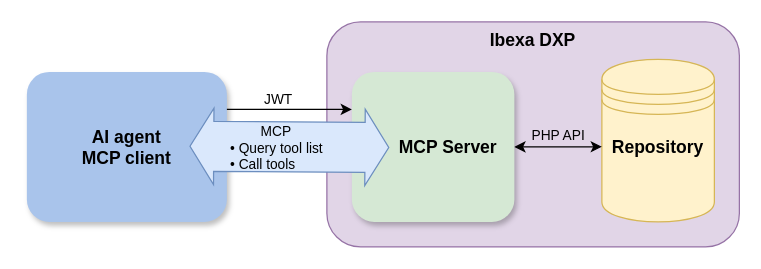
This is docs/ai/mcp/img/diagram_source/mcp-com-diagram.drawio from ibexa/documentation-developer, a draw.io file, before an edit. Source tidied: cells renumbered, new cells numbered last; positions are measured from the earlier drawing's top-left corner, leaving out a move shared by most shapes. Both pictures are drawn from the tidied source at 125%, with x=0, y=0 at pixel (26, 21).
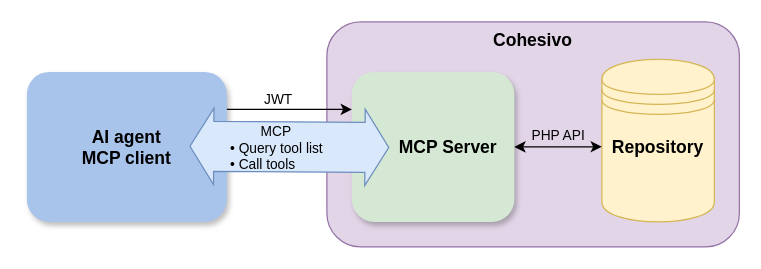
The same page after the edit.

Commit message (it also covers changes not shown here):
Update diagrams with Cohesivo

Diff of the diagram source:
```diff
@@
 <mxGraphModel>
   <root>
     <mxCell id="0" />
     <mxCell id="1" parent="0" />
-    <mxCell id="2" value="&lt;font style=&quot;font-size: 14px;&quot;&gt;&lt;b&gt;Ibexa DXP&lt;/b&gt;&lt;/font&gt;" style="rounded=1;whiteSpace=wrap;html=1;verticalAlign=top;fillColor=#e1d5e7;strokeColor=#9673a6;" parent="1" vertex="1">
+    <mxCell id="2" value="&lt;font style=&quot;font-size: 14px;&quot;&gt;&lt;b&gt;Cohesivo&lt;/b&gt;&lt;/font&gt;" style="rounded=1;whiteSpace=wrap;html=1;verticalAlign=top;fillColor=#e1d5e7;strokeColor=#9673a6;" parent="1" vertex="1">
       <mxGeometry x="240" width="330" height="180" as="geometry" />
     </mxCell>
     <mxCell id="3" value="MCP Server&amp;nbsp; &amp;nbsp;" style="rounded=1;whiteSpace=wrap;html=1;fontStyle=1;fontSize=14;fillColor=#d5e8d4;strokeColor=none;shadow=1;glass=0;verticalAlign=middle;align=right;" parent="1" vertex="1">
       <mxGeometry x="260" y="40" width="130" height="120" as="geometry" />
     </mxCell>
     <mxCell id="4" value="AI agent&lt;br&gt;MCP client" style="rounded=1;whiteSpace=wrap;html=1;fontStyle=1;fontSize=14;fillColor=#A9C4EB;strokeColor=none;shadow=1;glass=0;verticalAlign=middle;" parent="1" vertex="1">
       <mxGeometry y="40" width="160" height="120" as="geometry" />
     </mxCell>
     <mxCell id="5" style="shape=flexArrow;endArrow=classic;startArrow=classic;html=1;rounded=0;fillColor=#dae8fc;strokeColor=#6c8ebf;width=40;startSize=6;endSize=6;" parent="1" edge="1">
       <mxGeometry relative="1" as="geometry">
         <mxPoint x="130" y="99.5" as="sourcePoint" />
         <mxPoint x="290" y="100.5" as="targetPoint" />
       </mxGeometry>
     </mxCell>
     <mxCell id="6" value="&amp;nbsp; &amp;nbsp; &amp;nbsp; &amp;nbsp; MCP&lt;br&gt;• Query tool list&lt;br&gt;• Call tools" style="edgeLabel;html=1;align=left;verticalAlign=middle;labelBackgroundColor=none;" parent="5" vertex="1">
       <mxGeometry x="0.02" y="-3" relative="1" as="geometry">
         <mxPoint x="-51" y="-3" as="offset" />
       </mxGeometry>
     </mxCell>
     <mxCell id="7" value="&lt;font style=&quot;font-size: 14px;&quot;&gt;&lt;b&gt;Repository&lt;/b&gt;&lt;/font&gt;&lt;div&gt;&lt;font&gt;&lt;b style=&quot;&quot;&gt;&lt;br&gt;&lt;/b&gt;&lt;/font&gt;&lt;/div&gt;&lt;div&gt;&lt;font style=&quot;font-size: 14px;&quot;&gt;&lt;b&gt;&lt;br&gt;&lt;/b&gt;&lt;/font&gt;&lt;/div&gt;" style="shape=datastore;whiteSpace=wrap;html=1;fillColor=#fff2cc;strokeColor=#d6b656;" parent="1" vertex="1">
       <mxGeometry x="460" y="30" width="90" height="130" as="geometry" />
     </mxCell>
     <mxCell id="8" style="endArrow=classic;startArrow=classic;html=1;rounded=0;entryX=1;entryY=0.5;entryDx=0;entryDy=0;exitX=0;exitY=0.538;exitDx=0;exitDy=0;exitPerimeter=0;" parent="1" edge="1" source="7" target="3">
       <mxGeometry relative="1" as="geometry" />
     </mxCell>
     <mxCell id="9" value="PHP API" style="edgeLabel;html=1;align=center;verticalAlign=bottom;labelBackgroundColor=none;" parent="8" vertex="1">
       <mxGeometry x="-0.01" y="-1" relative="1" as="geometry" />
     </mxCell>
     <mxCell id="10" style="endArrow=classic;html=1;rounded=0;exitX=1;exitY=0.25;exitDx=0;exitDy=0;entryX=0;entryY=0.25;entryDx=0;entryDy=0;" parent="1" edge="1">
       <mxGeometry relative="1" as="geometry">
         <mxPoint x="160" y="70" as="sourcePoint" />
         <mxPoint x="260" y="70" as="targetPoint" />
       </mxGeometry>
     </mxCell>
     <mxCell id="11" value="JWT" style="edgeLabel;html=1;align=center;verticalAlign=bottom;labelBackgroundColor=none;" parent="10" vertex="1">
       <mxGeometry x="-0.13" relative="1" as="geometry">
         <mxPoint x="-4" as="offset" />
       </mxGeometry>
     </mxCell>
   </root>
 </mxGraphModel>
```
